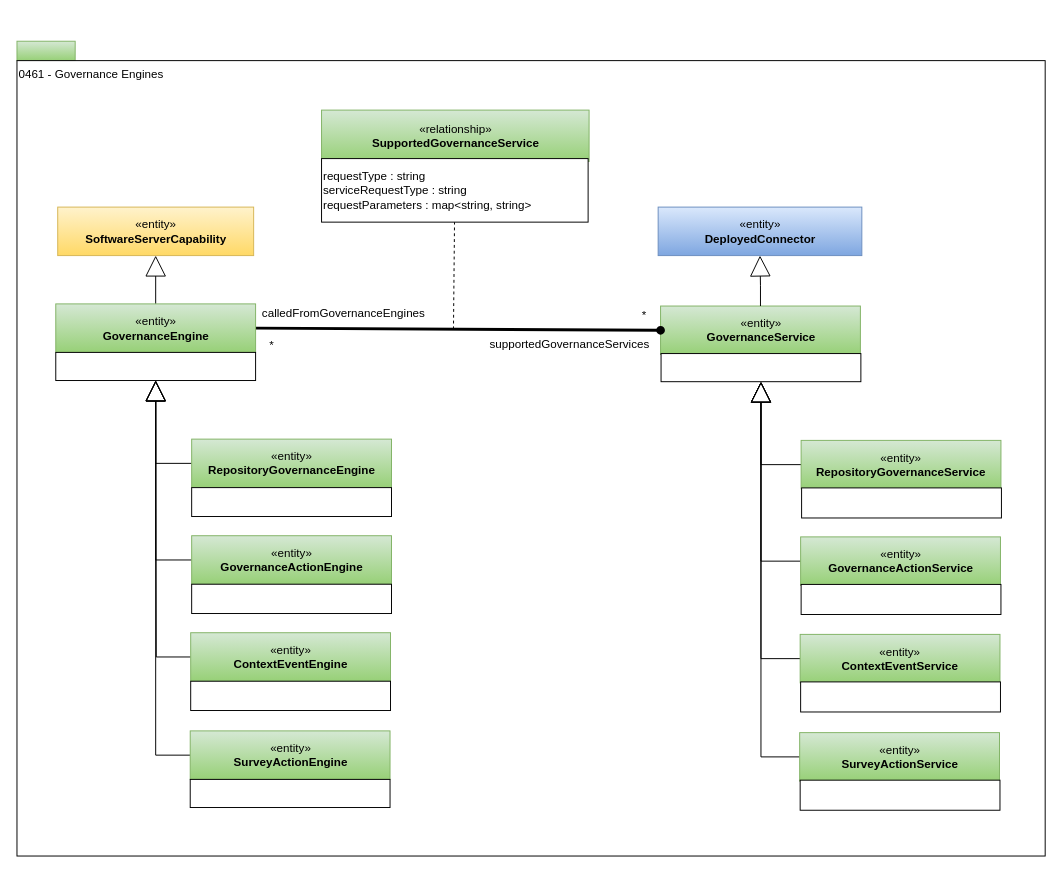
Above: page "0461-Governance-Engines" (20 of 31) of site/docs/types/4/area-4-governance.drawio in odpi/egeria-docs (draw.io), before the change. Source tidied: cells renumbered, new cells numbered last; positions are measured from the earlier drawing's top-left corner, leaving out a move shared by most shapes. Both pictures are drawn from the tidied source at 97%, with x=0, y=0 at pixel (16, 41).
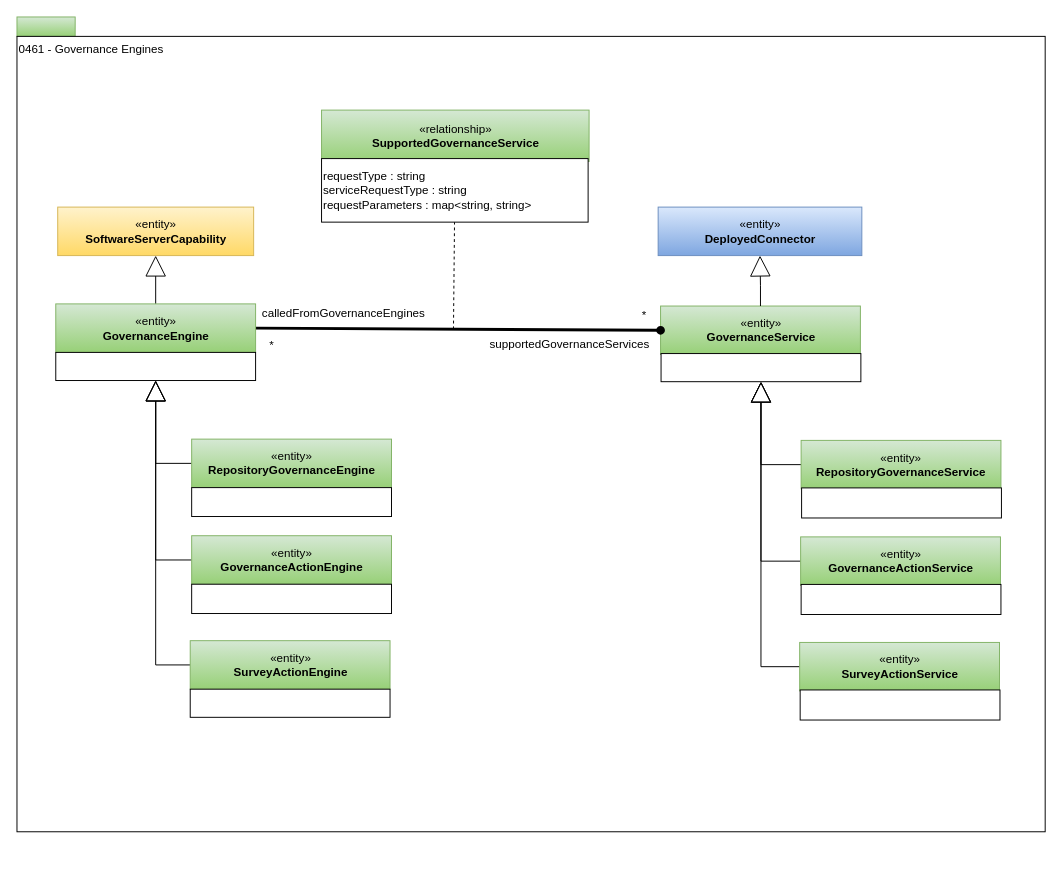
Above is the later version.

The change refers to these unchanged cells:
```xml
<mxCell id="9" style="rounded=0;whiteSpace=wrap;html=1;strokeColor=#000000;gradientColor=#ffffff;align=left;" parent="1" vertex="1">
  <mxGeometry x="664" y="322" width="206" height="29" as="geometry" />
</mxCell>
```

Change to the diagram source:
```diff
@@
     <mxCell id="2" style="rounded=0;whiteSpace=wrap;html=1;align=left;fillColor=#d5e8d4;strokeColor=#82b366;gradientColor=#97d077;" parent="1" vertex="1">
-      <mxGeometry width="60" height="20" as="geometry" />
+      <mxGeometry y="-25" width="60" height="20" as="geometry" />
     </mxCell>
     <mxCell id="3" value="0461 - Governance Engines" style="rounded=0;whiteSpace=wrap;html=1;align=left;verticalAlign=top;" parent="1" vertex="1">
-      <mxGeometry y="20" width="1060" height="820" as="geometry" />
+      <mxGeometry y="-5" width="1060" height="820" as="geometry" />
     </mxCell>
@@
-    <mxCell id="32" style="edgeStyle=orthogonalEdgeStyle;rounded=0;jettySize=auto;html=1;exitX=0;exitY=0.5;exitDx=0;exitDy=0;endArrow=block;endFill=0;endSize=19;strokeWidth=1;" parent="1" edge="1" source="33">
-      <mxGeometry relative="1" as="geometry">
-        <mxPoint x="143.1" y="349.8" as="targetPoint" />
-      </mxGeometry>
-    </mxCell>
-    <mxCell id="33" value="«entity»&lt;br&gt;&lt;b&gt;ContextEventEngine&lt;/b&gt;" style="html=1;strokeColor=#82b366;align=center;fillColor=#d5e8d4;gradientColor=#97d077;" parent="1" vertex="1">
-      <mxGeometry x="179.1" y="609.8" width="206" height="50" as="geometry" />
-    </mxCell>
-    <mxCell id="34" style="rounded=0;whiteSpace=wrap;html=1;strokeColor=#000000;gradientColor=#ffffff;align=center;" parent="1" vertex="1">
-      <mxGeometry x="179.1" y="659.8" width="206" height="30.2" as="geometry" />
-    </mxCell>
-    <mxCell id="35" style="edgeStyle=orthogonalEdgeStyle;rounded=0;jettySize=auto;html=1;endArrow=block;endFill=0;endSize=19;strokeWidth=1;exitX=0;exitY=0.5;exitDx=0;exitDy=0;" parent="1" edge="1" source="36" target="9">
-      <mxGeometry relative="1" as="geometry" />
-    </mxCell>
-    <mxCell id="36" value="«entity»&lt;br&gt;&lt;b&gt;ContextEventService&lt;/b&gt;" style="html=1;strokeColor=#82b366;align=center;fillColor=#d5e8d4;gradientColor=#97d077;" parent="1" vertex="1">
-      <mxGeometry x="807.4" y="611.5" width="206" height="50" as="geometry" />
-    </mxCell>
-    <mxCell id="37" style="rounded=0;whiteSpace=wrap;html=1;strokeColor=#000000;gradientColor=#ffffff;align=left;" parent="1" vertex="1">
-      <mxGeometry x="807.9" y="660.5" width="206" height="31" as="geometry" />
-    </mxCell>
@@
     <mxCell id="39" value="«entity»&lt;br&gt;&lt;b&gt;SurveyActionEngine&lt;/b&gt;" style="html=1;strokeColor=#82b366;align=center;fillColor=#d5e8d4;gradientColor=#97d077;" parent="1" vertex="1">
-      <mxGeometry x="178.6" y="711" width="206" height="50" as="geometry" />
+      <mxGeometry x="178.6" y="618" width="206" height="50" as="geometry" />
     </mxCell>
     <mxCell id="40" style="rounded=0;whiteSpace=wrap;html=1;strokeColor=#000000;gradientColor=#ffffff;align=center;" parent="1" vertex="1">
-      <mxGeometry x="178.6" y="761" width="206" height="29" as="geometry" />
+      <mxGeometry x="178.6" y="668" width="206" height="29" as="geometry" />
     </mxCell>
@@
     <mxCell id="42" value="«entity»&lt;br&gt;&lt;b&gt;SurveyActionService&lt;/b&gt;" style="html=1;strokeColor=#82b366;align=center;fillColor=#d5e8d4;gradientColor=#97d077;" parent="1" vertex="1">
-      <mxGeometry x="806.9" y="712.8" width="206" height="50" as="geometry" />
+      <mxGeometry x="806.9" y="619.8" width="206" height="50" as="geometry" />
     </mxCell>
     <mxCell id="43" style="rounded=0;whiteSpace=wrap;html=1;strokeColor=#000000;gradientColor=#ffffff;align=left;" parent="1" vertex="1">
-      <mxGeometry x="807.4" y="761.8" width="206" height="31" as="geometry" />
+      <mxGeometry x="807.4" y="668.8" width="206" height="31" as="geometry" />
     </mxCell>
```
